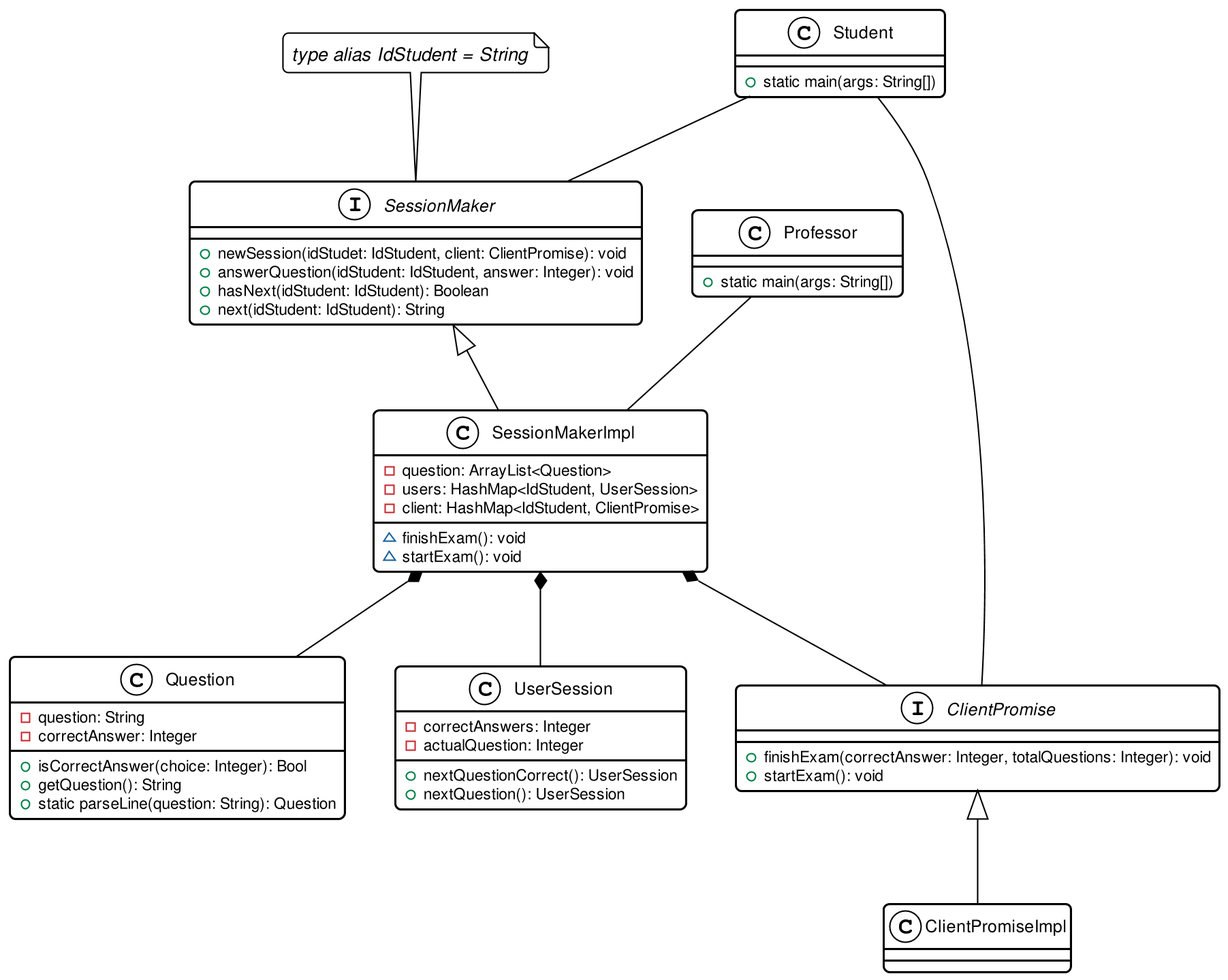
Earlier version of the PlantUML export doc/img/uml-classes.png (sergisi/java-rmi).
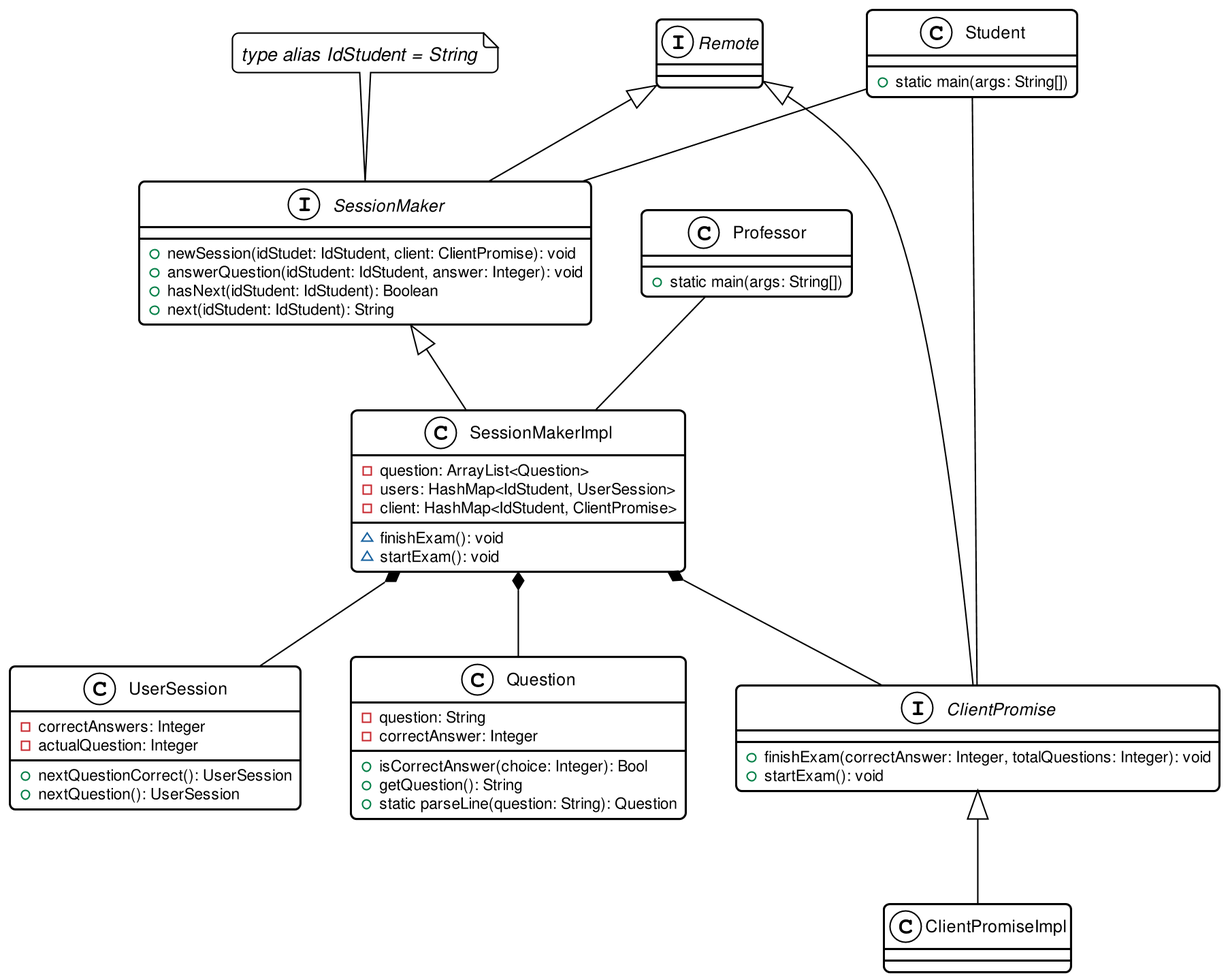
Later version of the same file.

Commit message:
Changed Sequence and Classes.

Change to the diagram source:
```diff
@@ -50,6 +50,13 @@
     + static main(args: String[])
 }
 
+interface Remote {
+}
+
+Remote <|-- ClientPromise
+
+Remote <|-- SessionMaker
+
 SessionMakerImpl *-- Question
 SessionMakerImpl *-- UserSession
 SessionMakerImpl *-- ClientPromise
```
